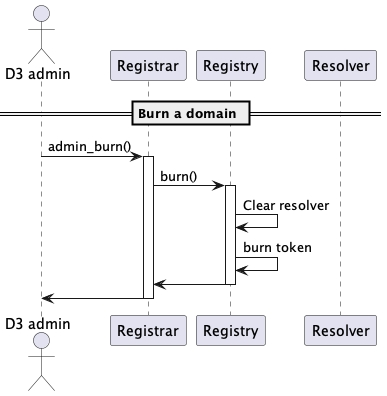
The PlantUML diagram docs/sequence-diagrams/puml/burn-domain.png in make-software/cspr-name-contracts, before a commit.
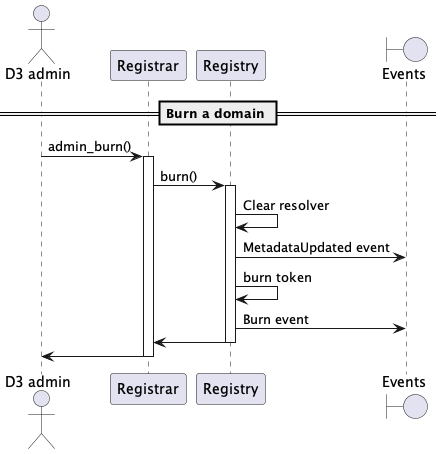
Above is the later version.

The edit, as a diff of the source:
```diff
@@ -3,7 +3,7 @@
 actor "D3 admin"
 participant "Registrar"
 participant "Registry"
-participant "Resolver"
+boundary "Events"
 
 == Burn a domain ==
 
@@ -12,7 +12,9 @@
 Registrar -> Registry: burn()
 activate Registry
 Registry -> Registry: Clear resolver
+Registry -> "Events": MetadataUpdated event
 Registry -> Registry: burn token
+Registry -> "Events": Burn event
 Registry -> Registrar
 deactivate Registry
 Registrar -> "D3 admin"
```
